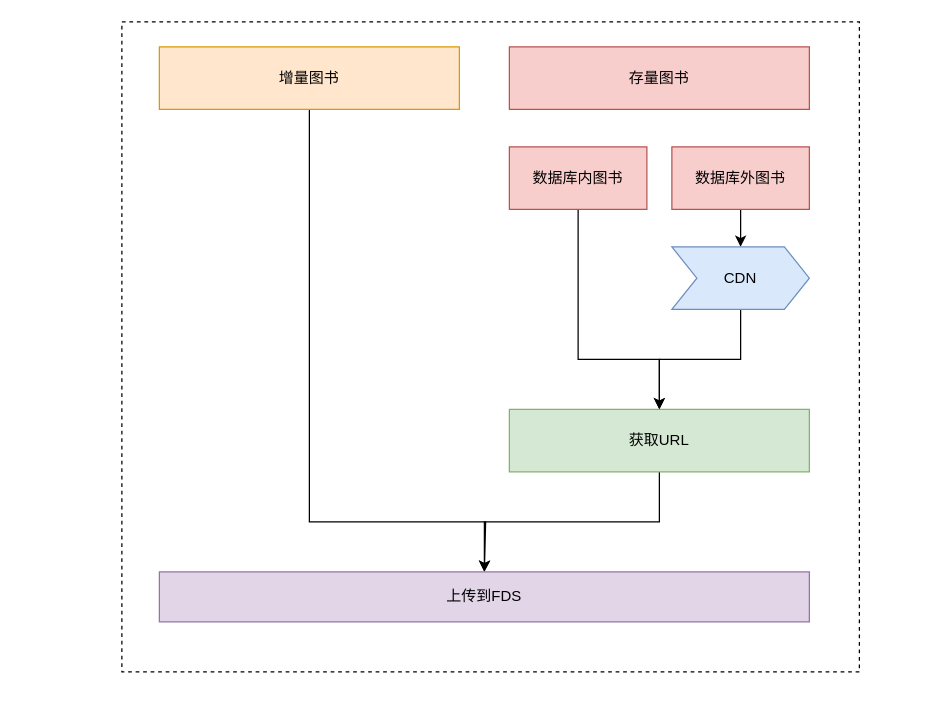
This is iss迁移方案.drawio from Floweryu/my-diagrams, a draw.io file, before an edit. Source tidied: cells renumbered, new cells numbered last; positions are measured from the earlier drawing's top-left corner, leaving out a move shared by most shapes. Both pictures are drawn from the tidied source at 125%, with x=0, y=0 at pixel (121, 21).
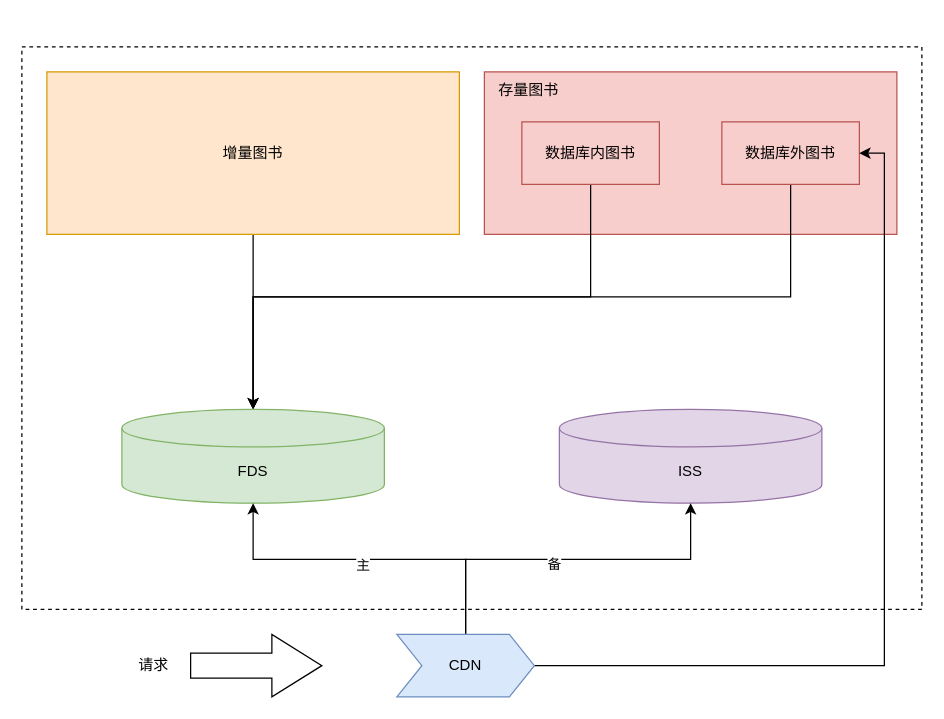
After the change.

Commit message:
更新iss迁移方案.drawio

What changed in the source:
```diff
@@
-    <mxCell id="2" style="rounded=0;whiteSpace=wrap;html=1;dashed=1;" parent="1" vertex="1">
-      <mxGeometry width="590" height="520" as="geometry" />
-    </mxCell>
-    <mxCell id="3" style="edgeStyle=orthogonalEdgeStyle;rounded=0;jettySize=auto;html=1;exitX=0.5;exitY=1;exitDx=0;exitDy=0;" parent="1" edge="1" source="4">
-      <mxGeometry relative="1" as="geometry">
-        <mxPoint x="290" y="440" as="targetPoint" />
-        <Array as="points">
-          <mxPoint x="150" y="400" />
-          <mxPoint x="291" y="400" />
-        </Array>
-      </mxGeometry>
-    </mxCell>
+    <mxCell id="15" style="rounded=0;whiteSpace=wrap;html=1;dashed=1;" parent="1" vertex="1">
+      <mxGeometry x="-80" y="20" width="720" height="450" as="geometry" />
+    </mxCell>
+    <mxCell id="16" style="edgeStyle=orthogonalEdgeStyle;rounded=0;jettySize=auto;html=1;exitX=0.5;exitY=1;exitDx=0;exitDy=0;entryX=0.5;entryY=0;entryDx=0;entryDy=0;entryPerimeter=0;" parent="1" edge="1" target="19">
+      <mxGeometry relative="1" as="geometry">
+        <mxPoint x="100" y="170" as="sourcePoint" />
+        <Array as="points">
+          <mxPoint x="105" y="170" />
+        </Array>
+      </mxGeometry>
+    </mxCell>
+    <mxCell id="5" style="rounded=0;whiteSpace=wrap;html=1;fillColor=#f8cecc;strokeColor=#b85450;" parent="1" vertex="1">
+      <mxGeometry x="290" y="40" width="330" height="130" as="geometry" />
+    </mxCell>
+    <mxCell id="17" style="edgeStyle=orthogonalEdgeStyle;rounded=0;jettySize=auto;html=1;exitX=0.5;exitY=1;exitDx=0;exitDy=0;entryX=0.5;entryY=0;entryDx=0;entryDy=0;entryPerimeter=0;" parent="1" edge="1" source="7" target="19">
+      <mxGeometry relative="1" as="geometry" />
+    </mxCell>
+    <mxCell id="7" value="数据库内图书" style="rounded=0;whiteSpace=wrap;html=1;fillColor=#f8cecc;strokeColor=#b85450;" parent="1" vertex="1">
+      <mxGeometry x="320" y="80" width="110" height="50" as="geometry" />
+    </mxCell>
+    <mxCell id="18" style="edgeStyle=orthogonalEdgeStyle;rounded=0;jettySize=auto;html=1;exitX=0.5;exitY=1;exitDx=0;exitDy=0;entryX=0.5;entryY=0;entryDx=0;entryDy=0;entryPerimeter=0;" parent="1" edge="1" source="9" target="19">
+      <mxGeometry relative="1" as="geometry" />
+    </mxCell>
+    <mxCell id="9" value="数据库外图书" style="rounded=0;whiteSpace=wrap;html=1;fillColor=#f8cecc;strokeColor=#b85450;" parent="1" vertex="1">
+      <mxGeometry x="480" y="80" width="110" height="50" as="geometry" />
+    </mxCell>
+    <mxCell id="19" value="FDS" style="shape=cylinder3;whiteSpace=wrap;html=1;boundedLbl=1;backgroundOutline=1;size=15;fillColor=#d5e8d4;strokeColor=#82b366;" parent="1" vertex="1">
+      <mxGeometry y="310" width="210" height="75" as="geometry" />
+    </mxCell>
+    <mxCell id="20" value="ISS" style="shape=cylinder3;whiteSpace=wrap;html=1;boundedLbl=1;backgroundOutline=1;size=15;fillColor=#e1d5e7;strokeColor=#9673a6;" parent="1" vertex="1">
+      <mxGeometry x="350" y="310" width="210" height="75" as="geometry" />
+    </mxCell>
+    <mxCell id="21" style="edgeStyle=orthogonalEdgeStyle;rounded=0;jettySize=auto;html=1;exitX=0.5;exitY=0;exitDx=0;exitDy=0;entryX=0.5;entryY=1;entryDx=0;entryDy=0;entryPerimeter=0;" parent="1" edge="1" source="13" target="19">
+      <mxGeometry relative="1" as="geometry">
+        <Array as="points">
+          <mxPoint x="275" y="430" />
+          <mxPoint x="105" y="430" />
+        </Array>
+      </mxGeometry>
+    </mxCell>
+    <mxCell id="22" value="主" style="edgeLabel;html=1;align=center;verticalAlign=middle;" parent="21" vertex="1">
+      <mxGeometry x="0.04" y="4" relative="1" as="geometry" />
+    </mxCell>
+    <mxCell id="23" style="edgeStyle=orthogonalEdgeStyle;rounded=0;jettySize=auto;html=1;exitX=1;exitY=0.5;exitDx=0;exitDy=0;entryX=1;entryY=0.5;entryDx=0;entryDy=0;" parent="1" edge="1" source="13" target="9">
+      <mxGeometry relative="1" as="geometry" />
+    </mxCell>
+    <mxCell id="24" style="edgeStyle=orthogonalEdgeStyle;rounded=0;jettySize=auto;html=1;exitX=0.5;exitY=0;exitDx=0;exitDy=0;entryX=0.5;entryY=1;entryDx=0;entryDy=0;entryPerimeter=0;" parent="1" edge="1" source="13" target="20">
+      <mxGeometry relative="1" as="geometry">
+        <Array as="points">
+          <mxPoint x="275" y="430" />
+          <mxPoint x="455" y="430" />
+        </Array>
+      </mxGeometry>
+    </mxCell>
+    <mxCell id="25" value="备" style="edgeLabel;html=1;align=center;verticalAlign=middle;" parent="24" vertex="1">
+      <mxGeometry x="-0.09" y="-3" relative="1" as="geometry" />
+    </mxCell>
+    <mxCell id="13" value="CDN" style="shape=step;perimeter=stepPerimeter;whiteSpace=wrap;html=1;fixedSize=1;fillColor=#dae8fc;strokeColor=#6c8ebf;" parent="1" vertex="1">
+      <mxGeometry x="220" y="490" width="110" height="50" as="geometry" />
+    </mxCell>
+    <mxCell id="26" style="html=1;shadow=0;dashed=0;align=center;verticalAlign=middle;shape=mxgraph.arrows2.arrow;dy=0.6;dx=40;notch=0;" parent="1" vertex="1">
+      <mxGeometry x="55" y="490" width="105" height="50" as="geometry" />
+    </mxCell>
+    <mxCell id="27" value="存量图书" style="text;html=1;align=center;verticalAlign=middle;strokeColor=none;fillColor=none;" parent="1" vertex="1">
+      <mxGeometry x="290" y="40" width="70" height="30" as="geometry" />
+    </mxCell>
     <mxCell id="4" value="增量图书" style="rounded=0;whiteSpace=wrap;html=1;fillColor=#ffe6cc;strokeColor=#d79b00;" parent="1" vertex="1">
-      <mxGeometry x="30" y="20" width="240" height="50" as="geometry" />
+      <mxGeometry x="-60" y="40" width="330" height="130" as="geometry" />
     </mxCell>
-    <mxCell id="5" value="存量图书" style="rounded=0;whiteSpace=wrap;html=1;fillColor=#f8cecc;strokeColor=#b85450;" parent="1" vertex="1">
-      <mxGeometry x="310" y="20" width="240" height="50" as="geometry" />
-    </mxCell>
-    <mxCell id="6" style="edgeStyle=orthogonalEdgeStyle;rounded=0;jettySize=auto;html=1;exitX=0.5;exitY=1;exitDx=0;exitDy=0;entryX=0.5;entryY=0;entryDx=0;entryDy=0;" parent="1" edge="1" source="7" target="11">
-      <mxGeometry relative="1" as="geometry">
-        <Array as="points">
-          <mxPoint x="365" y="270" />
-          <mxPoint x="430" y="270" />
-        </Array>
-      </mxGeometry>
-    </mxCell>
-    <mxCell id="7" value="数据库内图书" style="rounded=0;whiteSpace=wrap;html=1;fillColor=#f8cecc;strokeColor=#b85450;" parent="1" vertex="1">
-      <mxGeometry x="310" y="100" width="110" height="50" as="geometry" />
-    </mxCell>
-    <mxCell id="8" style="edgeStyle=orthogonalEdgeStyle;rounded=0;jettySize=auto;html=1;exitX=0.5;exitY=1;exitDx=0;exitDy=0;" parent="1" edge="1" source="9" target="13">
-      <mxGeometry relative="1" as="geometry" />
-    </mxCell>
-    <mxCell id="9" value="数据库外图书" style="rounded=0;whiteSpace=wrap;html=1;fillColor=#f8cecc;strokeColor=#b85450;" parent="1" vertex="1">
-      <mxGeometry x="440" y="100" width="110" height="50" as="geometry" />
-    </mxCell>
-    <mxCell id="10" style="edgeStyle=orthogonalEdgeStyle;rounded=0;jettySize=auto;html=1;exitX=0.5;exitY=1;exitDx=0;exitDy=0;" parent="1" edge="1" source="11" target="14">
-      <mxGeometry relative="1" as="geometry" />
-    </mxCell>
-    <mxCell id="11" value="获取URL" style="rounded=0;whiteSpace=wrap;html=1;fillColor=#d5e8d4;strokeColor=#82b366;" parent="1" vertex="1">
-      <mxGeometry x="310" y="310" width="240" height="50" as="geometry" />
-    </mxCell>
-    <mxCell id="12" style="edgeStyle=orthogonalEdgeStyle;rounded=0;jettySize=auto;html=1;exitX=0.5;exitY=1;exitDx=0;exitDy=0;" parent="1" edge="1" source="13" target="11">
-      <mxGeometry relative="1" as="geometry" />
-    </mxCell>
-    <mxCell id="13" value="CDN" style="shape=step;perimeter=stepPerimeter;whiteSpace=wrap;html=1;fixedSize=1;fillColor=#dae8fc;strokeColor=#6c8ebf;" parent="1" vertex="1">
-      <mxGeometry x="440" y="180" width="110" height="50" as="geometry" />
-    </mxCell>
-    <mxCell id="14" value="上传到FDS" style="rounded=0;whiteSpace=wrap;html=1;fillColor=#e1d5e7;strokeColor=#9673a6;" parent="1" vertex="1">
-      <mxGeometry x="30" y="440" width="520" height="40" as="geometry" />
-    </mxCell>
+    <mxCell id="28" value="请求" style="text;html=1;align=center;verticalAlign=middle;strokeColor=none;fillColor=none;" parent="1" vertex="1">
+      <mxGeometry y="500" width="50" height="30" as="geometry" />
+    </mxCell>
```
